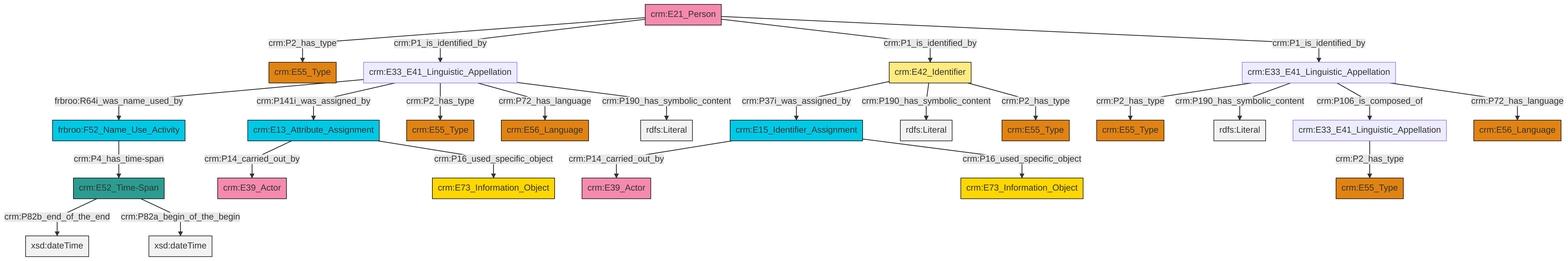
Before: et/personCSV/ttl/mmd/png/Person_Names_and_Classification.png, a diagram exported from Mermaid (swiss-art-research-net/reference-data-models). Its source is kept beside it as et/personCSV/ttl/mmd/Person_Names_and_Classification.ttl.mmd.
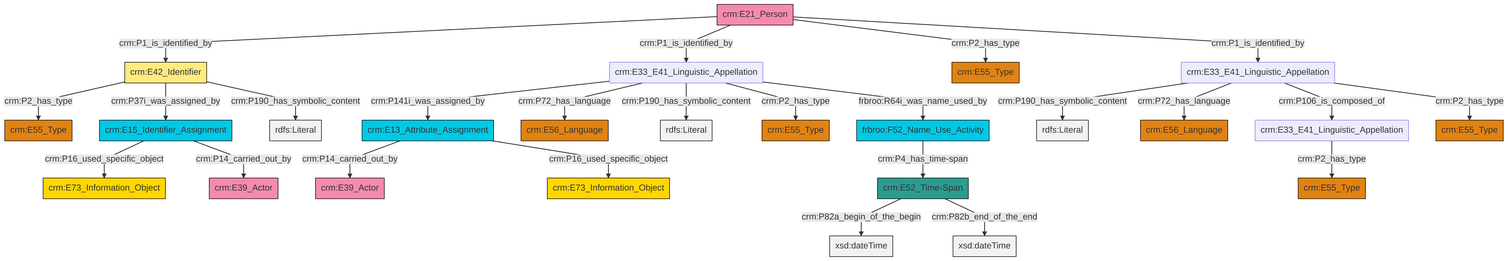
Later version of the same file.

Change to the diagram source:
```diff
@@ -13,27 +13,27 @@
 classDef PC_Classes fill:#4ce600, stroke:#000000;
 classDef Multi fill:#cccccc,stroke:#000000;
 
-0["crm:E21_Person"]:::Actor -->|crm:P2_has_type| 1["crm:E55_Type"]:::Type
-8["crm:E33_E41_Linguistic_Appellation"]:::Default -->|frbroo:R64i_was_name_used_by| 10["frbroo:F52_Name_Use_Activity"]:::Temporal_Entity
-11["crm:E15_Identifier_Assignment"]:::Temporal_Entity -->|crm:P14_carried_out_by| 12["crm:E39_Actor"]:::Actor
-0["crm:E21_Person"]:::Actor -->|crm:P1_is_identified_by| 8["crm:E33_E41_Linguistic_Appellation"]:::Default
-4["crm:E42_Identifier"]:::Appellation -->|crm:P37i_was_assigned_by| 11["crm:E15_Identifier_Assignment"]:::Temporal_Entity
-8["crm:E33_E41_Linguistic_Appellation"]:::Default -->|crm:P141i_was_assigned_by| 20["crm:E13_Attribute_Assignment"]:::Temporal_Entity
-4["crm:E42_Identifier"]:::Appellation -->|crm:P190_has_symbolic_content| 28[rdfs:Literal]:::Literal
-8["crm:E33_E41_Linguistic_Appellation"]:::Default -->|crm:P2_has_type| 6["crm:E55_Type"]:::Type
-11["crm:E15_Identifier_Assignment"]:::Temporal_Entity -->|crm:P16_used_specific_object| 30["crm:E73_Information_Object"]:::Conceptual_Object
-18["crm:E33_E41_Linguistic_Appellation"]:::Default -->|crm:P2_has_type| 16["crm:E55_Type"]:::Type
-20["crm:E13_Attribute_Assignment"]:::Temporal_Entity -->|crm:P14_carried_out_by| 24["crm:E39_Actor"]:::Actor
-18["crm:E33_E41_Linguistic_Appellation"]:::Default -->|crm:P190_has_symbolic_content| 33[rdfs:Literal]:::Literal
-10["frbroo:F52_Name_Use_Activity"]:::Temporal_Entity -->|crm:P4_has_time-span| 31["crm:E52_Time-Span"]:::Time-Span
-18["crm:E33_E41_Linguistic_Appellation"]:::Default -->|crm:P106_is_composed_of| 22["crm:E33_E41_Linguistic_Appellation"]:::Default
-31["crm:E52_Time-Span"]:::Time-Span -->|crm:P82b_end_of_the_end| 37[xsd:dateTime]:::Literal
-0["crm:E21_Person"]:::Actor -->|crm:P1_is_identified_by| 4["crm:E42_Identifier"]:::Appellation
-20["crm:E13_Attribute_Assignment"]:::Temporal_Entity -->|crm:P16_used_specific_object| 39["crm:E73_Information_Object"]:::Conceptual_Object
-8["crm:E33_E41_Linguistic_Appellation"]:::Default -->|crm:P72_has_language| 2["crm:E56_Language"]:::Type
-4["crm:E42_Identifier"]:::Appellation -->|crm:P2_has_type| 34["crm:E55_Type"]:::Type
-22["crm:E33_E41_Linguistic_Appellation"]:::Default -->|crm:P2_has_type| 14["crm:E55_Type"]:::Type
-18["crm:E33_E41_Linguistic_Appellation"]:::Default -->|crm:P72_has_language| 42["crm:E56_Language"]:::Type
-31["crm:E52_Time-Span"]:::Time-Span -->|crm:P82a_begin_of_the_begin| 43[xsd:dateTime]:::Literal
-0["crm:E21_Person"]:::Actor -->|crm:P1_is_identified_by| 18["crm:E33_E41_Linguistic_Appellation"]:::Default
-8["crm:E33_E41_Linguistic_Appellation"]:::Default -->|crm:P190_has_symbolic_content| 46[rdfs:Literal]:::Literal
+2["crm:E21_Person"]:::Actor -->|crm:P1_is_identified_by| 3["crm:E42_Identifier"]:::Appellation
+3["crm:E42_Identifier"]:::Appellation -->|crm:P2_has_type| 6["crm:E55_Type"]:::Type
+4["crm:E33_E41_Linguistic_Appellation"]:::Default -->|crm:P190_has_symbolic_content| 7[rdfs:Literal]:::Literal
+4["crm:E33_E41_Linguistic_Appellation"]:::Default -->|crm:P72_has_language| 8["crm:E56_Language"]:::Type
+15["crm:E33_E41_Linguistic_Appellation"]:::Default -->|crm:P141i_was_assigned_by| 0["crm:E13_Attribute_Assignment"]:::Temporal_Entity
+2["crm:E21_Person"]:::Actor -->|crm:P1_is_identified_by| 15["crm:E33_E41_Linguistic_Appellation"]:::Default
+3["crm:E42_Identifier"]:::Appellation -->|crm:P37i_was_assigned_by| 19["crm:E15_Identifier_Assignment"]:::Temporal_Entity
+19["crm:E15_Identifier_Assignment"]:::Temporal_Entity -->|crm:P16_used_specific_object| 20["crm:E73_Information_Object"]:::Conceptual_Object
+0["crm:E13_Attribute_Assignment"]:::Temporal_Entity -->|crm:P14_carried_out_by| 17["crm:E39_Actor"]:::Actor
+15["crm:E33_E41_Linguistic_Appellation"]:::Default -->|crm:P72_has_language| 23["crm:E56_Language"]:::Type
+2["crm:E21_Person"]:::Actor -->|crm:P2_has_type| 24["crm:E55_Type"]:::Type
+4["crm:E33_E41_Linguistic_Appellation"]:::Default -->|crm:P106_is_composed_of| 25["crm:E33_E41_Linguistic_Appellation"]:::Default
+15["crm:E33_E41_Linguistic_Appellation"]:::Default -->|crm:P190_has_symbolic_content| 26[rdfs:Literal]:::Literal
+2["crm:E21_Person"]:::Actor -->|crm:P1_is_identified_by| 4["crm:E33_E41_Linguistic_Appellation"]:::Default
+3["crm:E42_Identifier"]:::Appellation -->|crm:P190_has_symbolic_content| 27[rdfs:Literal]:::Literal
+25["crm:E33_E41_Linguistic_Appellation"]:::Default -->|crm:P2_has_type| 30["crm:E55_Type"]:::Type
+33["crm:E52_Time-Span"]:::Time-Span -->|crm:P82a_begin_of_the_begin| 34[xsd:dateTime]:::Literal
+4["crm:E33_E41_Linguistic_Appellation"]:::Default -->|crm:P2_has_type| 31["crm:E55_Type"]:::Type
+0["crm:E13_Attribute_Assignment"]:::Temporal_Entity -->|crm:P16_used_specific_object| 28["crm:E73_Information_Object"]:::Conceptual_Object
+11["frbroo:F52_Name_Use_Activity"]:::Temporal_Entity -->|crm:P4_has_time-span| 33["crm:E52_Time-Span"]:::Time-Span
+19["crm:E15_Identifier_Assignment"]:::Temporal_Entity -->|crm:P14_carried_out_by| 43["crm:E39_Actor"]:::Actor
+33["crm:E52_Time-Span"]:::Time-Span -->|crm:P82b_end_of_the_end| 44[xsd:dateTime]:::Literal
+15["crm:E33_E41_Linguistic_Appellation"]:::Default -->|crm:P2_has_type| 9["crm:E55_Type"]:::Type
+15["crm:E33_E41_Linguistic_Appellation"]:::Default -->|frbroo:R64i_was_name_used_by| 11["frbroo:F52_Name_Use_Activity"]:::Temporal_Entity
```
